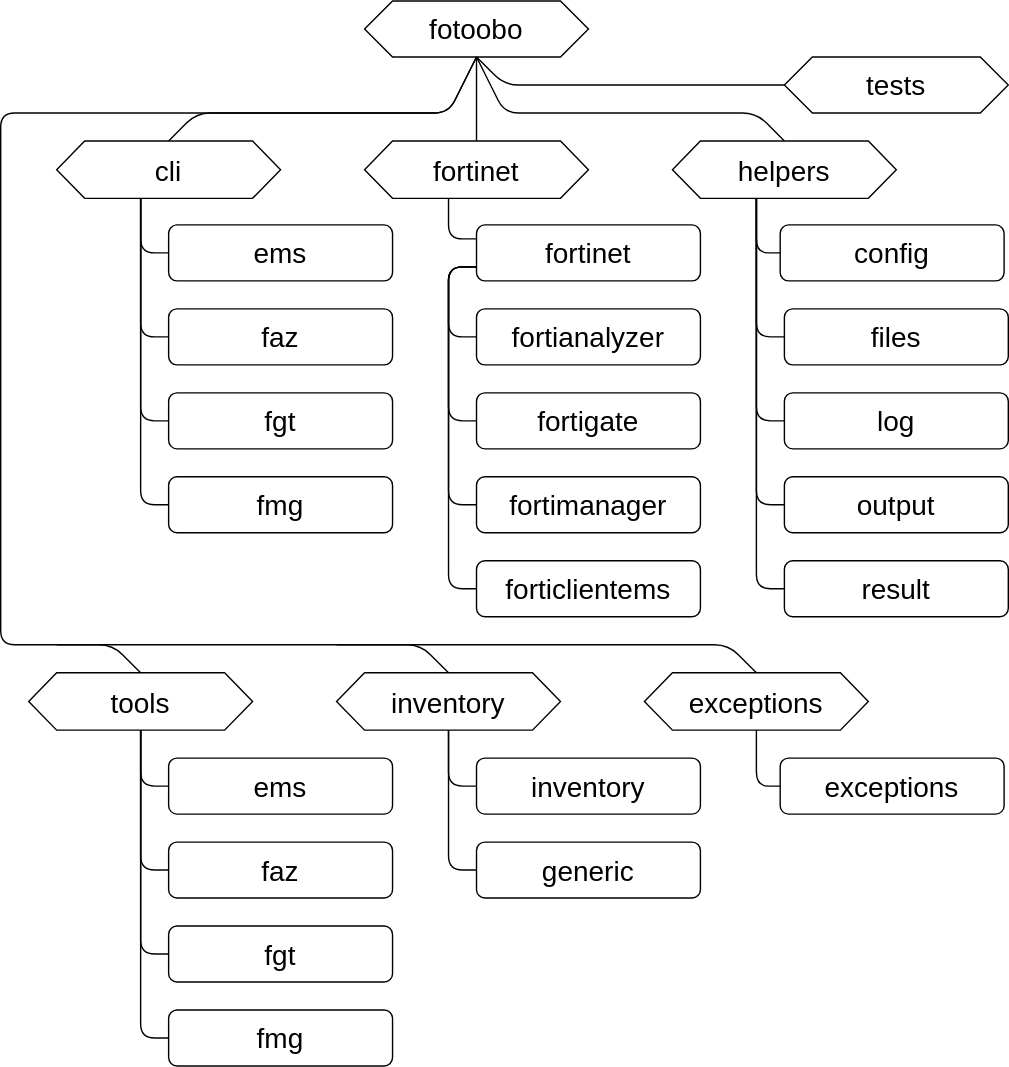
This is docs/source/developer/architecture/diagrams/package_structure.drawio.svg from migros/fotoobo, a draw.io export, as it was before one commit. Source tidied: cells renumbered, new cells last; positions are measured from the earlier drawing's top-left corner, leaving out a move shared by most shapes.
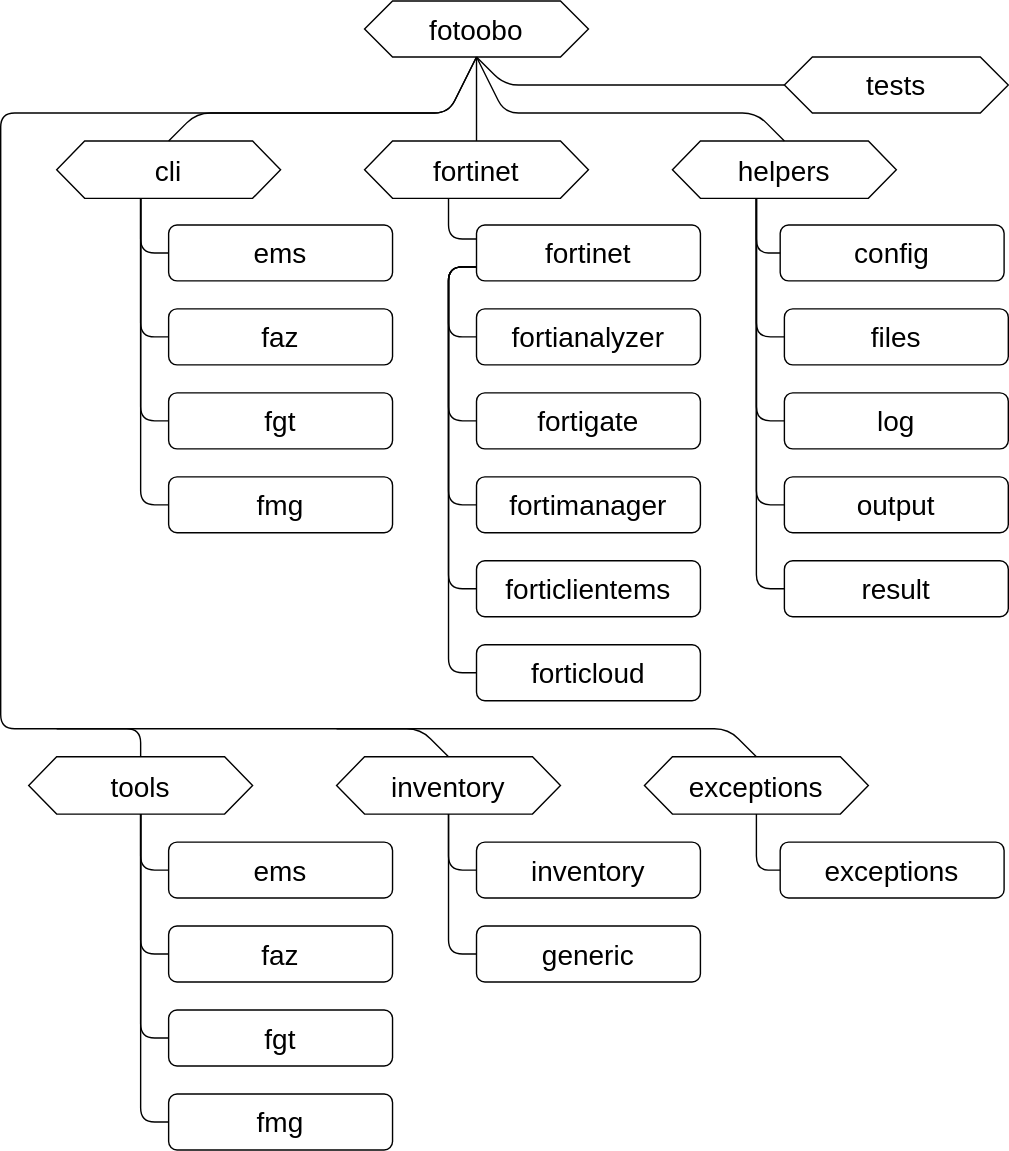
The same file after the commit.

Commit message:
📝 Update docs due to new FortiCloud module

Diff of the diagram source:
```diff
@@ -167,22 +167,22 @@
       </mxGeometry>
     </mxCell>
     <mxCell id="35" value="faz" style="rounded=1;whiteSpace=wrap;html=1;fontSize=20;verticalAlign=middle;" parent="1" vertex="1">
-      <mxGeometry x="120" y="601" width="160" height="40" as="geometry" />
+      <mxGeometry x="120" y="661" width="160" height="40" as="geometry" />
     </mxCell>
     <mxCell id="36" value="fgt" style="rounded=1;whiteSpace=wrap;html=1;fontSize=20;" parent="1" vertex="1">
-      <mxGeometry x="120" y="661" width="160" height="40" as="geometry" />
+      <mxGeometry x="120" y="721" width="160" height="40" as="geometry" />
     </mxCell>
     <mxCell id="37" value="fmg" style="rounded=1;whiteSpace=wrap;html=1;fontSize=20;" parent="1" vertex="1">
-      <mxGeometry x="120" y="721" width="160" height="40" as="geometry" />
+      <mxGeometry x="120" y="781" width="160" height="40" as="geometry" />
     </mxCell>
     <mxCell id="38" value="tools" style="shape=hexagon;perimeter=hexagonPerimeter2;whiteSpace=wrap;html=1;fixedSize=1;fontSize=20;" parent="1" vertex="1">
-      <mxGeometry x="20" y="480" width="160" height="41" as="geometry" />
+      <mxGeometry x="20" y="540" width="160" height="41" as="geometry" />
     </mxCell>
     <mxCell id="39" style="edgeStyle=none;html=1;fontSize=20;endArrow=none;endFill=0;exitX=0.5;exitY=0;exitDx=0;exitDy=0;entryX=0.5;entryY=1;entryDx=0;entryDy=0;jumpSize=6;rounded=1;" parent="1" edge="1" source="38" target="2">
       <mxGeometry relative="1" as="geometry">
         <Array as="points">
-          <mxPoint x="80" y="460" />
-          <mxPoint y="460" />
+          <mxPoint x="100" y="520" />
+          <mxPoint y="520" />
           <mxPoint y="80" />
           <mxPoint x="320" y="80" />
         </Array>
@@ -191,28 +191,28 @@
     <mxCell id="40" style="edgeStyle=none;html=1;fontSize=20;endArrow=none;endFill=0;exitX=0.5;exitY=1;exitDx=0;exitDy=0;entryX=0;entryY=0.5;entryDx=0;entryDy=0;" parent="1" edge="1" source="38" target="37">
       <mxGeometry relative="1" as="geometry">
         <Array as="points">
-          <mxPoint x="100" y="741" />
+          <mxPoint x="100" y="801" />
         </Array>
       </mxGeometry>
     </mxCell>
     <mxCell id="41" style="edgeStyle=none;html=1;fontSize=20;endArrow=none;endFill=0;entryX=0;entryY=0.5;entryDx=0;entryDy=0;exitX=0.5;exitY=1;exitDx=0;exitDy=0;" parent="1" edge="1" source="38" target="36">
       <mxGeometry relative="1" as="geometry">
         <Array as="points">
-          <mxPoint x="100" y="681" />
+          <mxPoint x="100" y="741" />
         </Array>
       </mxGeometry>
     </mxCell>
     <mxCell id="42" style="edgeStyle=none;html=1;fontSize=20;endArrow=none;endFill=0;entryX=0;entryY=0.5;entryDx=0;entryDy=0;exitX=0.5;exitY=1;exitDx=0;exitDy=0;" parent="1" edge="1" source="38" target="35">
       <mxGeometry relative="1" as="geometry">
         <Array as="points">
-          <mxPoint x="100" y="621" />
+          <mxPoint x="100" y="681" />
         </Array>
       </mxGeometry>
     </mxCell>
     <mxCell id="43" style="edgeStyle=none;html=1;fontSize=20;endArrow=none;endFill=0;exitX=0.5;exitY=1;exitDx=0;exitDy=0;entryX=0;entryY=0.5;entryDx=0;entryDy=0;" parent="1" edge="1" source="38" target="45">
       <mxGeometry relative="1" as="geometry">
         <Array as="points">
-          <mxPoint x="100" y="561" />
+          <mxPoint x="100" y="621" />
         </Array>
       </mxGeometry>
     </mxCell>
@@ -220,57 +220,57 @@
       <mxGeometry x="120" y="160" width="160" height="40" as="geometry" />
     </mxCell>
     <mxCell id="45" value="ems" style="rounded=1;whiteSpace=wrap;html=1;fontSize=20;verticalAlign=middle;" parent="1" vertex="1">
-      <mxGeometry x="120" y="541" width="160" height="40" as="geometry" />
+      <mxGeometry x="120" y="601" width="160" height="40" as="geometry" />
     </mxCell>
     <mxCell id="46" value="inventory" style="shape=hexagon;perimeter=hexagonPerimeter2;whiteSpace=wrap;html=1;fixedSize=1;fontSize=20;" parent="1" vertex="1">
-      <mxGeometry x="240" y="480" width="160" height="41" as="geometry" />
+      <mxGeometry x="240" y="540" width="160" height="41" as="geometry" />
     </mxCell>
     <mxCell id="47" style="edgeStyle=none;html=1;fontSize=20;endArrow=none;endFill=0;entryX=0.5;entryY=0;entryDx=0;entryDy=0;" parent="1" edge="1" target="46">
       <mxGeometry relative="1" as="geometry">
-        <mxPoint x="40" y="460" as="sourcePoint" />
+        <mxPoint x="40" y="520" as="sourcePoint" />
         <Array as="points">
-          <mxPoint x="300" y="460" />
+          <mxPoint x="300" y="520" />
         </Array>
       </mxGeometry>
     </mxCell>
     <mxCell id="48" value="inventory" style="rounded=1;whiteSpace=wrap;html=1;fontSize=20;verticalAlign=middle;" parent="1" vertex="1">
-      <mxGeometry x="340" y="541" width="160" height="40" as="geometry" />
+      <mxGeometry x="340" y="601" width="160" height="40" as="geometry" />
     </mxCell>
     <mxCell id="49" value="generic" style="rounded=1;whiteSpace=wrap;html=1;fontSize=20;verticalAlign=middle;" parent="1" vertex="1">
-      <mxGeometry x="340" y="601" width="160" height="40" as="geometry" />
+      <mxGeometry x="340" y="661" width="160" height="40" as="geometry" />
     </mxCell>
     <mxCell id="50" style="edgeStyle=none;html=1;fontSize=20;endArrow=none;endFill=0;entryX=0;entryY=0.5;entryDx=0;entryDy=0;exitX=0.5;exitY=1;exitDx=0;exitDy=0;" parent="1" edge="1" source="46" target="48">
       <mxGeometry relative="1" as="geometry">
         <Array as="points">
-          <mxPoint x="320" y="561" />
+          <mxPoint x="320" y="621" />
         </Array>
       </mxGeometry>
     </mxCell>
     <mxCell id="51" style="edgeStyle=none;html=1;fontSize=20;endArrow=none;endFill=0;entryX=0;entryY=0.5;entryDx=0;entryDy=0;exitX=0.5;exitY=1;exitDx=0;exitDy=0;" parent="1" edge="1" source="46" target="49">
       <mxGeometry relative="1" as="geometry">
         <Array as="points">
-          <mxPoint x="320" y="621" />
+          <mxPoint x="320" y="681" />
         </Array>
       </mxGeometry>
     </mxCell>
     <mxCell id="52" value="exceptions" style="shape=hexagon;perimeter=hexagonPerimeter2;whiteSpace=wrap;html=1;fixedSize=1;fontSize=20;" parent="1" vertex="1">
-      <mxGeometry x="460" y="480" width="160" height="41" as="geometry" />
+      <mxGeometry x="460" y="540" width="160" height="41" as="geometry" />
     </mxCell>
     <mxCell id="53" value="exceptions" style="rounded=1;whiteSpace=wrap;html=1;fontSize=20;verticalAlign=middle;" parent="1" vertex="1">
-      <mxGeometry x="557" y="541" width="160" height="40" as="geometry" />
+      <mxGeometry x="557" y="601" width="160" height="40" as="geometry" />
     </mxCell>
     <mxCell id="54" style="edgeStyle=none;html=1;fontSize=20;endArrow=none;endFill=0;entryX=0.5;entryY=0;entryDx=0;entryDy=0;" parent="1" edge="1" target="52">
       <mxGeometry relative="1" as="geometry">
-        <mxPoint x="240" y="460" as="sourcePoint" />
+        <mxPoint x="240" y="520" as="sourcePoint" />
         <Array as="points">
-          <mxPoint x="520" y="460" />
+          <mxPoint x="520" y="520" />
         </Array>
       </mxGeometry>
     </mxCell>
     <mxCell id="55" style="edgeStyle=none;html=1;fontSize=20;endArrow=none;endFill=0;entryX=0;entryY=0.5;entryDx=0;entryDy=0;exitX=0.5;exitY=1;exitDx=0;exitDy=0;" parent="1" edge="1" source="52" target="53">
       <mxGeometry relative="1" as="geometry">
         <Array as="points">
-          <mxPoint x="540" y="561" />
+          <mxPoint x="540" y="621" />
         </Array>
       </mxGeometry>
     </mxCell>
@@ -292,5 +292,17 @@
         </Array>
       </mxGeometry>
     </mxCell>
+    <mxCell id="59" value="forticloud" style="rounded=1;whiteSpace=wrap;html=1;fontSize=20;" parent="1" vertex="1">
+      <mxGeometry x="340" y="460" width="160" height="40" as="geometry" />
+    </mxCell>
+    <mxCell id="60" style="edgeStyle=none;html=1;fontSize=20;endArrow=none;endFill=0;entryX=0;entryY=0.5;entryDx=0;entryDy=0;" parent="1" edge="1" target="59">
+      <mxGeometry relative="1" as="geometry">
+        <mxPoint x="340" y="190" as="sourcePoint" />
+        <Array as="points">
+          <mxPoint x="320" y="190" />
+          <mxPoint x="320" y="480" />
+        </Array>
+      </mxGeometry>
+    </mxCell>
   </root>
 </mxGraphModel>
```
